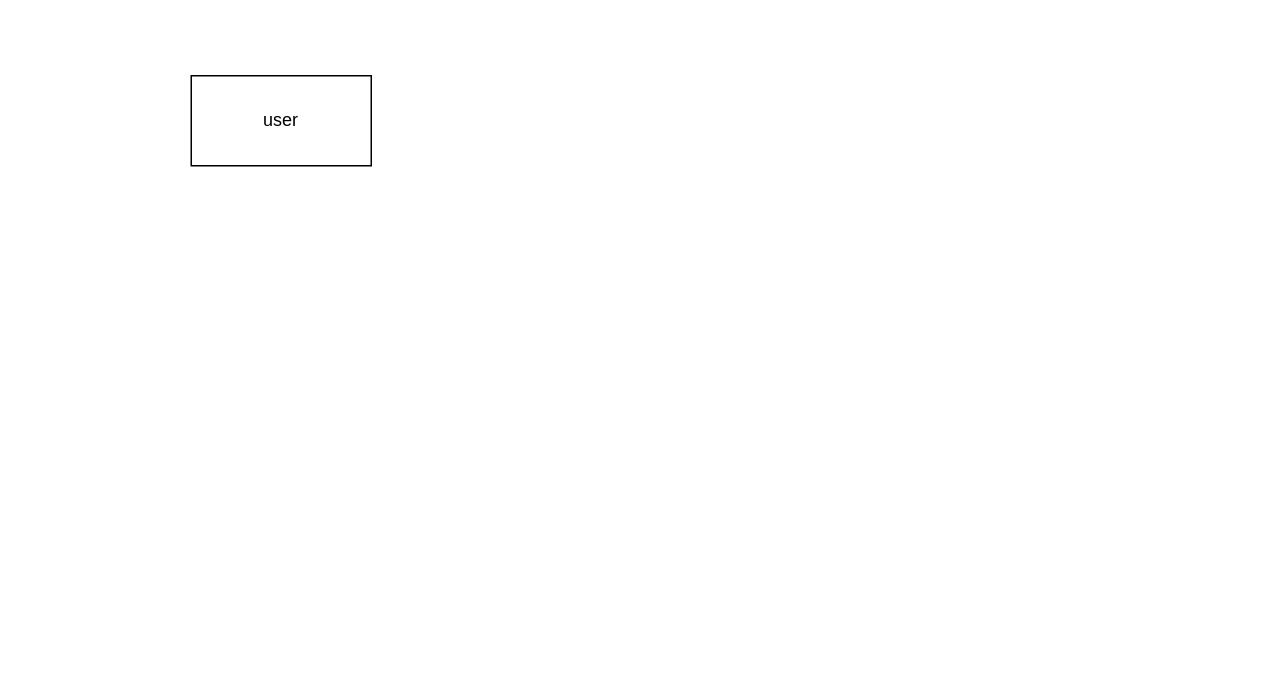
Earlier version of the draw.io diagram page "client side" (1 of 2) of prototypes/user-flow-diagram.drawio (SeoulSKY/safe-zone-system). Source tidied: cells renumbered, new cells numbered last; positions are measured from the earlier drawing's top-left corner, leaving out a move shared by most shapes. Both pictures are drawn from the tidied source at 150%, with x=0, y=0 at pixel (190, 75). Pictures stored in the file or linked from it are replaced by grey dashed boxes.
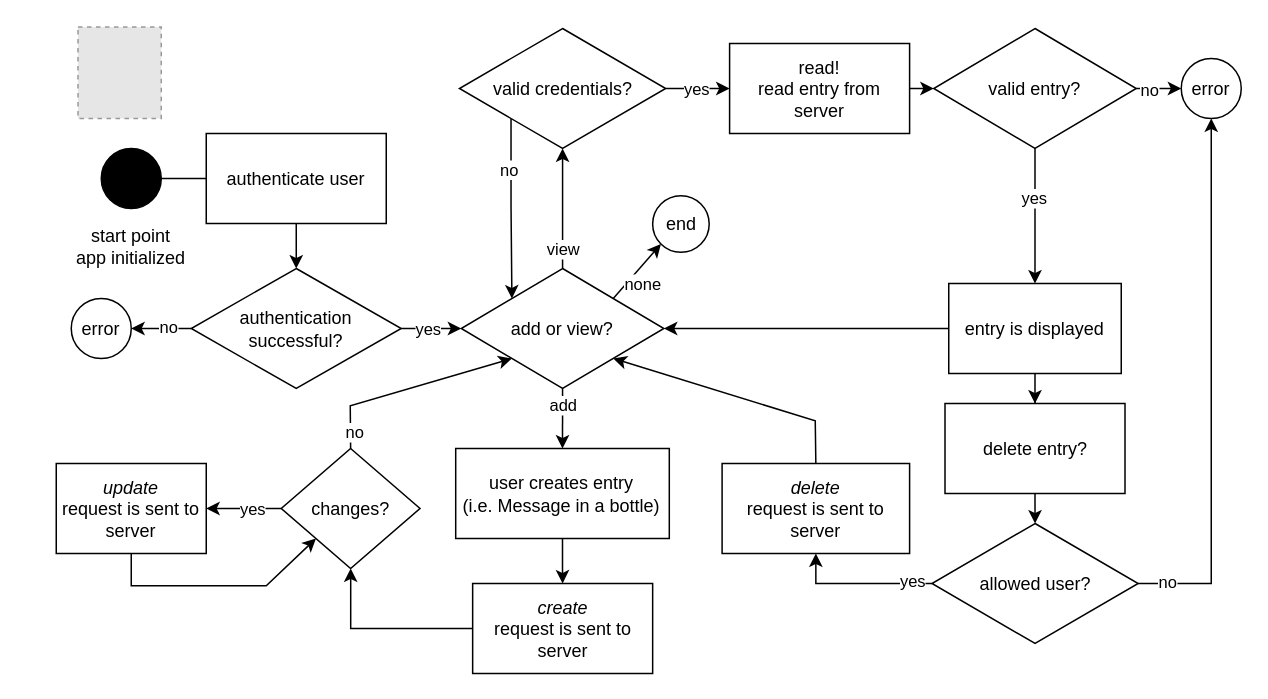
The same diagram, later.

Diff of the diagram source:
```diff
@@
-    <mxCell id="2" value="user" style="rounded=0;whiteSpace=wrap;html=1;" parent="1" vertex="1">
-      <mxGeometry width="120" height="60" as="geometry" />
-    </mxCell>
+    <mxCell id="3" style="ellipse;whiteSpace=wrap;html=1;fillColor=#000000;" parent="1" vertex="1">
+      <mxGeometry x="-60" y="48.5" width="40" height="40" as="geometry" />
+    </mxCell>
+    <mxCell id="4" style="fillColor=#E6E6E6;strokeColor=#999999;dashed=1;verticalLabelPosition=bottom;labelBackgroundColor=#ffffff;verticalAlign=top;" parent="1" vertex="1">
+      <mxGeometry x="-75.5" y="-32.5" width="55.5" height="61" as="geometry" />
+    </mxCell>
+    <mxCell id="5" value="start point&lt;br&gt;app initialized" style="text;html=1;strokeColor=none;fillColor=none;align=center;verticalAlign=middle;whiteSpace=wrap;rounded=0;" parent="1" vertex="1">
+      <mxGeometry x="-110" y="98.5" width="140" height="30" as="geometry" />
+    </mxCell>
+    <mxCell id="6" style="endArrow=classic;html=1;rounded=0;exitX=1;exitY=0.5;exitDx=0;exitDy=0;entryX=0;entryY=0.5;entryDx=0;entryDy=0;" parent="1" edge="1" source="3">
+      <mxGeometry relative="1" as="geometry">
+        <mxPoint x="80" y="68.5" as="targetPoint" />
+      </mxGeometry>
+    </mxCell>
+    <mxCell id="7" value="&lt;i&gt;update&lt;/i&gt;&lt;br&gt;request is sent to server" style="rounded=0;whiteSpace=wrap;html=1;fillColor=#FFFFFF;" parent="1" vertex="1">
+      <mxGeometry x="-90" y="258.5" width="100" height="60" as="geometry" />
+    </mxCell>
+    <mxCell id="8" value="changes?" style="rhombus;whiteSpace=wrap;html=1;fillColor=#FFFFFF;" parent="1" vertex="1">
+      <mxGeometry x="60" y="248.5" width="92.5" height="80" as="geometry" />
+    </mxCell>
+    <mxCell id="9" style="endArrow=classic;html=1;rounded=0;exitX=0;exitY=0.5;exitDx=0;exitDy=0;entryX=1;entryY=0.5;entryDx=0;entryDy=0;" parent="1" edge="1" source="8" target="7">
+      <mxGeometry relative="1" as="geometry" />
+    </mxCell>
+    <mxCell id="10" value="yes" style="edgeLabel;html=1;align=center;verticalAlign=middle;" parent="9" vertex="1">
+      <mxGeometry x="-0.03" y="1" relative="1" as="geometry">
+        <mxPoint x="4" y="-1" as="offset" />
+      </mxGeometry>
+    </mxCell>
+    <mxCell id="11" value="add or view?" style="rhombus;whiteSpace=wrap;html=1;fillColor=#FFFFFF;" parent="1" vertex="1">
+      <mxGeometry x="180" y="128.5" width="135.1" height="80" as="geometry" />
+    </mxCell>
+    <mxCell id="12" value="add" style="endArrow=classic;html=1;rounded=0;exitX=0.5;exitY=1;exitDx=0;exitDy=0;entryX=0.5;entryY=0;entryDx=0;entryDy=0;" parent="1" edge="1" source="11" target="44">
+      <mxGeometry x="-0.41" relative="1" as="geometry" />
+    </mxCell>
+    <mxCell id="13" value="view" style="endArrow=classic;html=1;rounded=0;entryX=0.5;entryY=1;entryDx=0;entryDy=0;exitX=0.5;exitY=0;exitDx=0;exitDy=0;" parent="1" edge="1" source="11" target="16">
+      <mxGeometry x="-0.67" relative="1" as="geometry" />
+    </mxCell>
+    <mxCell id="14" style="edgeStyle=orthogonalEdgeStyle;rounded=0;jettySize=auto;html=1;exitX=0;exitY=1;exitDx=0;exitDy=0;entryX=0;entryY=0;entryDx=0;entryDy=0;" parent="1" edge="1" source="16" target="11">
+      <mxGeometry relative="1" as="geometry" />
+    </mxCell>
+    <mxCell id="15" value="no" style="edgeLabel;html=1;align=center;verticalAlign=middle;" parent="14" vertex="1">
+      <mxGeometry x="-0.44" y="-2" relative="1" as="geometry" />
+    </mxCell>
+    <mxCell id="16" value="valid credentials?" style="rhombus;whiteSpace=wrap;html=1;fillColor=#FFFFFF;" parent="1" vertex="1">
+      <mxGeometry x="178.8" y="-31.5" width="137.5" height="80" as="geometry" />
+    </mxCell>
+    <mxCell id="17" value="yes" style="endArrow=classic;html=1;rounded=0;exitX=1;exitY=0.5;exitDx=0;exitDy=0;entryX=0;entryY=0.5;entryDx=0;entryDy=0;" parent="1" edge="1" source="16" target="21">
+      <mxGeometry relative="1" as="geometry" />
+    </mxCell>
+    <mxCell id="18" style="edgeStyle=orthogonalEdgeStyle;rounded=0;jettySize=auto;html=1;exitX=0.5;exitY=1;exitDx=0;exitDy=0;" parent="1" edge="1" source="20" target="26">
+      <mxGeometry relative="1" as="geometry" />
+    </mxCell>
+    <mxCell id="19" value="yes" style="edgeLabel;html=1;align=center;verticalAlign=middle;" parent="18" vertex="1">
+      <mxGeometry x="-0.28" y="-1" relative="1" as="geometry">
+        <mxPoint y="1" as="offset" />
+      </mxGeometry>
+    </mxCell>
+    <mxCell id="20" value="valid entry?" style="rhombus;whiteSpace=wrap;html=1;fillColor=#FFFFFF;" parent="1" vertex="1">
+      <mxGeometry x="495" y="-31.5" width="135" height="80" as="geometry" />
+    </mxCell>
+    <mxCell id="21" value="&lt;span&gt;read!&lt;br&gt;read entry from server&lt;/span&gt;" style="rounded=0;whiteSpace=wrap;html=1;fillColor=#FFFFFF;" parent="1" vertex="1">
+      <mxGeometry x="358.9" y="-21.5" width="120" height="60" as="geometry" />
+    </mxCell>
+    <mxCell id="22" style="endArrow=classic;html=1;rounded=0;exitX=1;exitY=0.5;exitDx=0;exitDy=0;" parent="1" edge="1" source="21" target="20">
+      <mxGeometry relative="1" as="geometry" />
+    </mxCell>
+    <mxCell id="23" value="no" style="endArrow=classic;html=1;rounded=0;exitX=1;exitY=0.5;exitDx=0;exitDy=0;entryX=0;entryY=0.5;entryDx=0;entryDy=0;" parent="1" edge="1" source="20" target="24">
+      <mxGeometry x="-0.39" y="-1" relative="1" as="geometry" />
+    </mxCell>
+    <mxCell id="24" value="error" style="ellipse;whiteSpace=wrap;html=1;fillColor=#FFFFFF;" parent="1" vertex="1">
+      <mxGeometry x="660" y="-11.5" width="40" height="40" as="geometry" />
+    </mxCell>
+    <mxCell id="25" style="edgeStyle=orthogonalEdgeStyle;rounded=0;jettySize=auto;html=1;" parent="1" edge="1" source="26" target="48">
+      <mxGeometry relative="1" as="geometry" />
+    </mxCell>
+    <mxCell id="26" value="entry is displayed" style="whiteSpace=wrap;html=1;fillColor=#FFFFFF;" parent="1" vertex="1">
+      <mxGeometry x="505" y="138.5" width="115" height="60" as="geometry" />
+    </mxCell>
+    <mxCell id="27" value="end" style="ellipse;whiteSpace=wrap;html=1;fillColor=#FFFFFF;" parent="1" vertex="1">
+      <mxGeometry x="307.6" y="80" width="37.7" height="37.7" as="geometry" />
+    </mxCell>
+    <mxCell id="28" style="endArrow=classic;html=1;rounded=0;exitX=0;exitY=0.5;exitDx=0;exitDy=0;entryX=1;entryY=0.5;entryDx=0;entryDy=0;" parent="1" edge="1" source="26" target="11">
+      <mxGeometry relative="1" as="geometry" />
+    </mxCell>
+    <mxCell id="29" style="edgeStyle=orthogonalEdgeStyle;rounded=0;jettySize=auto;html=1;entryX=0.5;entryY=1;entryDx=0;entryDy=0;" parent="1" edge="1" source="31" target="32">
+      <mxGeometry relative="1" as="geometry" />
+    </mxCell>
+    <mxCell id="30" value="yes" style="edgeLabel;html=1;align=center;verticalAlign=middle;" parent="29" vertex="1">
+      <mxGeometry x="-0.76" y="-2" relative="1" as="geometry">
+        <mxPoint x="-1" as="offset" />
+      </mxGeometry>
+    </mxCell>
+    <mxCell id="31" value="allowed user?" style="rhombus;whiteSpace=wrap;html=1;fillColor=#FFFFFF;" parent="1" vertex="1">
+      <mxGeometry x="493.8" y="298.5" width="137.5" height="80" as="geometry" />
+    </mxCell>
+    <mxCell id="32" value="&lt;i&gt;delete&lt;/i&gt;&lt;br&gt;request is sent to server" style="rounded=0;whiteSpace=wrap;html=1;fillColor=#FFFFFF;" parent="1" vertex="1">
+      <mxGeometry x="353.9" y="258.5" width="125" height="60" as="geometry" />
+    </mxCell>
+    <mxCell id="33" style="endArrow=classic;html=1;rounded=0;exitX=1;exitY=0.5;exitDx=0;exitDy=0;entryX=0.5;entryY=1;entryDx=0;entryDy=0;" parent="1" edge="1" source="31" target="24">
+      <mxGeometry relative="1" as="geometry">
+        <Array as="points">
+          <mxPoint x="680" y="338.5" />
+          <mxPoint x="680" y="268.5" />
+        </Array>
+      </mxGeometry>
+    </mxCell>
+    <mxCell id="34" value="no" style="edgeLabel;html=1;align=center;verticalAlign=middle;" parent="33" vertex="1">
+      <mxGeometry x="-0.31" y="2" relative="1" as="geometry">
+        <mxPoint x="-28" y="74" as="offset" />
+      </mxGeometry>
+    </mxCell>
+    <mxCell id="35" style="edgeStyle=orthogonalEdgeStyle;rounded=0;jettySize=auto;html=1;entryX=0.5;entryY=0;entryDx=0;entryDy=0;" parent="1" edge="1" source="36" target="41">
+      <mxGeometry relative="1" as="geometry" />
+    </mxCell>
+    <mxCell id="36" value="authenticate user" style="rounded=0;whiteSpace=wrap;html=1;fillColor=#FFFFFF;" parent="1" vertex="1">
+      <mxGeometry x="10" y="38.5" width="120" height="60" as="geometry" />
+    </mxCell>
+    <mxCell id="37" style="edgeStyle=orthogonalEdgeStyle;rounded=0;jettySize=auto;html=1;exitX=1;exitY=0.5;exitDx=0;exitDy=0;entryX=0;entryY=0.5;entryDx=0;entryDy=0;" parent="1" edge="1" source="41" target="11">
+      <mxGeometry relative="1" as="geometry" />
+    </mxCell>
+    <mxCell id="38" value="yes" style="edgeLabel;html=1;align=center;verticalAlign=middle;" parent="37" vertex="1">
+      <mxGeometry x="-0.27" y="-1" relative="1" as="geometry">
+        <mxPoint x="2" y="-1" as="offset" />
+      </mxGeometry>
+    </mxCell>
+    <mxCell id="39" style="edgeStyle=orthogonalEdgeStyle;rounded=0;jettySize=auto;html=1;entryX=1;entryY=0.5;entryDx=0;entryDy=0;" parent="1" edge="1" source="41" target="42">
+      <mxGeometry relative="1" as="geometry" />
+    </mxCell>
+    <mxCell id="40" value="no" style="edgeLabel;html=1;align=center;verticalAlign=middle;" parent="39" vertex="1">
+      <mxGeometry x="-0.19" y="-1" relative="1" as="geometry" />
+    </mxCell>
+    <mxCell id="41" value="authentication&lt;br&gt;successful?" style="rhombus;whiteSpace=wrap;html=1;fillColor=#FFFFFF;" parent="1" vertex="1">
+      <mxGeometry y="128.5" width="140" height="80" as="geometry" />
+    </mxCell>
+    <mxCell id="42" value="error" style="ellipse;whiteSpace=wrap;html=1;fillColor=#FFFFFF;" parent="1" vertex="1">
+      <mxGeometry x="-80" y="148.5" width="40" height="40" as="geometry" />
+    </mxCell>
+    <mxCell id="43" style="edgeStyle=orthogonalEdgeStyle;rounded=0;jettySize=auto;html=1;" parent="1" edge="1" source="44" target="46">
+      <mxGeometry relative="1" as="geometry" />
+    </mxCell>
+    <mxCell id="44" value="&lt;span&gt;user creates entry&lt;/span&gt;&lt;br&gt;&lt;span&gt;(i.e. Message in a bottle)&lt;/span&gt;" style="rounded=0;whiteSpace=wrap;html=1;fillColor=#FFFFFF;" parent="1" vertex="1">
+      <mxGeometry x="176.3" y="248.5" width="142.4" height="60" as="geometry" />
+    </mxCell>
+    <mxCell id="45" style="edgeStyle=orthogonalEdgeStyle;rounded=0;jettySize=auto;html=1;exitX=0;exitY=0.5;exitDx=0;exitDy=0;" parent="1" edge="1" source="46" target="8">
+      <mxGeometry relative="1" as="geometry" />
+    </mxCell>
+    <mxCell id="46" value="&lt;i&gt;create&lt;/i&gt;&lt;br&gt;request is sent to server" style="whiteSpace=wrap;html=1;rounded=0;fillColor=#FFFFFF;" parent="1" vertex="1">
+      <mxGeometry x="187.6" y="338.5" width="120" height="60" as="geometry" />
+    </mxCell>
+    <mxCell id="47" style="edgeStyle=orthogonalEdgeStyle;rounded=0;jettySize=auto;html=1;exitX=0.5;exitY=1;exitDx=0;exitDy=0;entryX=0.5;entryY=0;entryDx=0;entryDy=0;" parent="1" edge="1" source="48" target="31">
+      <mxGeometry relative="1" as="geometry" />
+    </mxCell>
+    <mxCell id="48" value="delete entry?" style="whiteSpace=wrap;html=1;fillColor=#FFFFFF;" parent="1" vertex="1">
+      <mxGeometry x="502.5" y="218.5" width="120" height="60" as="geometry" />
+    </mxCell>
+    <mxCell id="49" style="endArrow=classic;html=1;rounded=0;exitX=0.5;exitY=0;exitDx=0;exitDy=0;entryX=0;entryY=1;entryDx=0;entryDy=0;" parent="1" edge="1" source="8" target="11">
+      <mxGeometry relative="1" as="geometry">
+        <Array as="points">
+          <mxPoint x="106" y="220" />
+        </Array>
+      </mxGeometry>
+    </mxCell>
+    <mxCell id="50" value="no" style="edgeLabel;html=1;align=center;verticalAlign=middle;" parent="49" vertex="1">
+      <mxGeometry x="-0.85" y="-2" relative="1" as="geometry" />
+    </mxCell>
+    <mxCell id="51" style="endArrow=classic;html=1;rounded=0;entryX=0;entryY=1;entryDx=0;entryDy=0;exitX=1;exitY=0;exitDx=0;exitDy=0;" parent="1" edge="1" source="11" target="27">
+      <mxGeometry relative="1" as="geometry" />
+    </mxCell>
+    <mxCell id="52" value="none" style="edgeLabel;html=1;align=center;verticalAlign=middle;" parent="51" vertex="1">
+      <mxGeometry x="-0.8" y="1" relative="1" as="geometry">
+        <mxPoint x="17" y="-6" as="offset" />
+      </mxGeometry>
+    </mxCell>
+    <mxCell id="53" style="endArrow=classic;html=1;rounded=0;entryX=1;entryY=1;entryDx=0;entryDy=0;exitX=0.5;exitY=0;exitDx=0;exitDy=0;" parent="1" edge="1" source="32" target="11">
+      <mxGeometry relative="1" as="geometry">
+        <Array as="points">
+          <mxPoint x="416" y="230" />
+        </Array>
+      </mxGeometry>
+    </mxCell>
+    <mxCell id="54" style="endArrow=classic;html=1;rounded=0;exitX=0.5;exitY=1;exitDx=0;exitDy=0;entryX=0;entryY=1;entryDx=0;entryDy=0;" parent="1" edge="1" source="7" target="8">
+      <mxGeometry relative="1" as="geometry">
+        <Array as="points">
+          <mxPoint x="-40" y="340" />
+          <mxPoint x="50" y="340" />
+        </Array>
+      </mxGeometry>
+    </mxCell>
```
